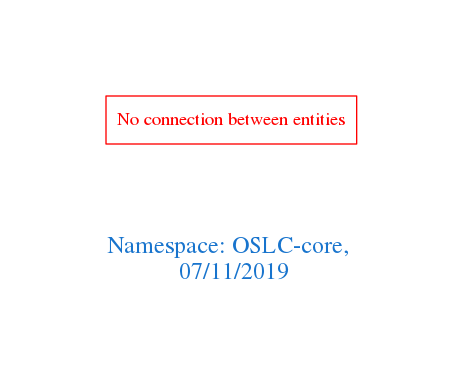
Earlier version of the Graphviz export downloads/OSLC-core.png (arago/OGIT). Its source is kept beside it as downloads/OSLC-core.dot.
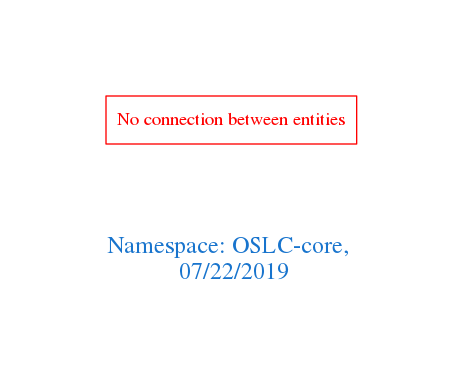
Above is the later version.

What changed in the source:
```diff
@@ -1,7 +1,7 @@
 digraph OGIT_ontology {
  graph [ rankdir= LR,pad=1
 fontsize = 18,
-fontcolor= dodgerblue3,label = "\n\n\nNamespace: OSLC-core, \n 07/11/2019"];
+fontcolor= dodgerblue3,label = "\n\n\nNamespace: OSLC-core, \n 07/22/2019"];
 node[shape=polygon];
 edge [  color="gray81"];
 
```
